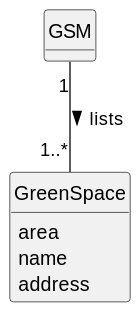
Before: docs/sprintC/us027/02.analysis/svg/us027-domain-model.svg, a diagram exported from PlantUML (diogoveirospro/lei-24-s2-1dg-g072). Its diagram source:
```plantuml
@startuml
skinparam monochrome true
skinparam packageStyle rectangle
skinparam shadowing false


skinparam classAttributeIconSize 0

hide circle
hide methods




class GSM {

}

class GreenSpace{
    area
    name
    address
}


GSM "1" -- "1..*" GreenSpace: lists >
@enduml
```
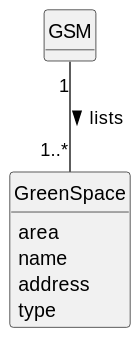
The same diagram one commit later.

The edit, as a diff of the source:
```diff
@@ -20,6 +20,7 @@
     area
     name
     address
+    type
 }
 
 
```
